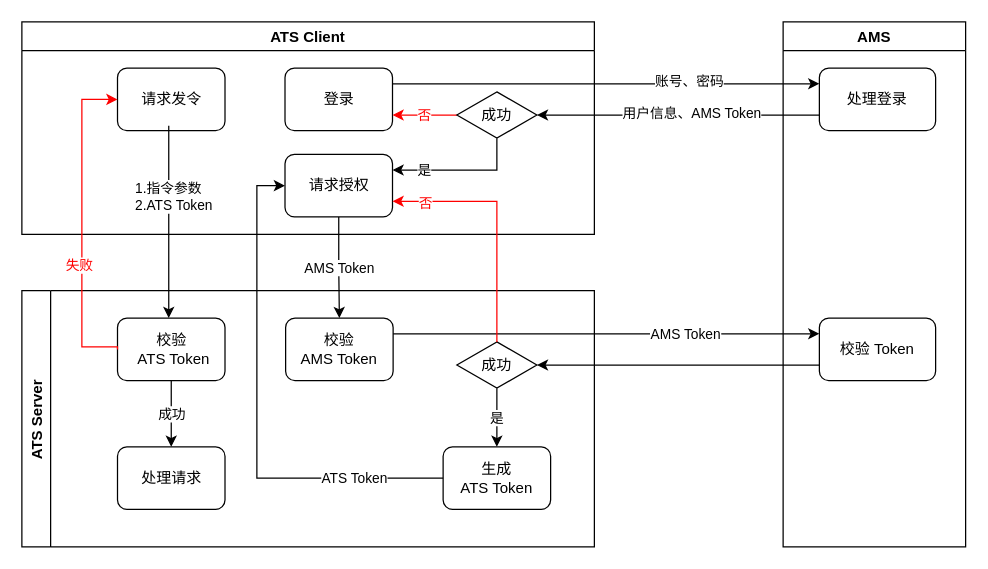
Above: Draw/ATS/Authority_Client.drawio in huangjia2107/DrawOnline (draw.io), before the change. Source tidied: cells renumbered, new cells numbered last; positions are measured from the earlier drawing's top-left corner, leaving out a move shared by most shapes. Both pictures are drawn from the tidied source at 125%, with x=0, y=0 at pixel (21, 21).
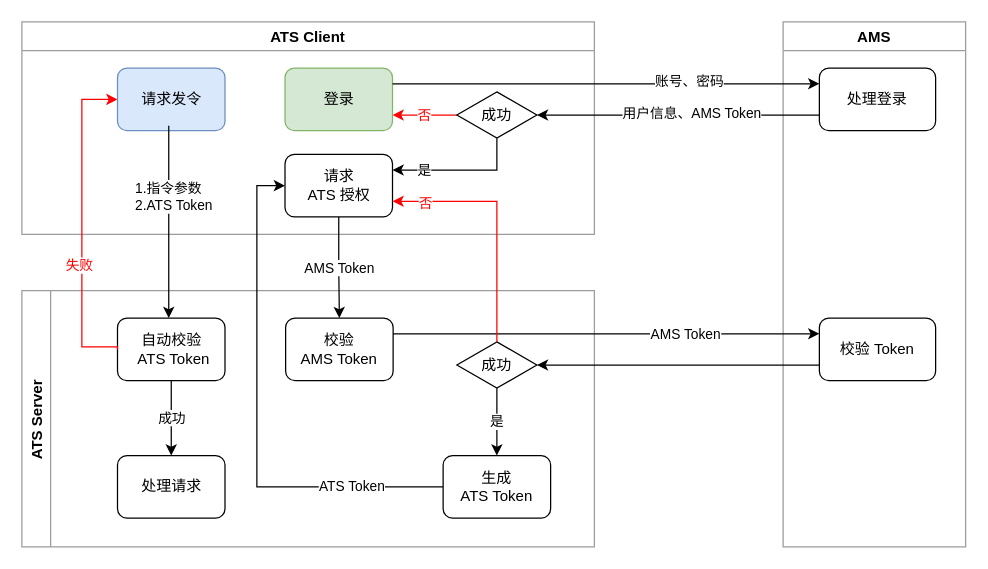
After the change.

Change to the diagram source:
```diff
@@
-    <mxCell id="2" value="ATS Server" style="swimlane;horizontal=0;" parent="1" vertex="1">
+    <mxCell id="2" value="ATS Server" style="swimlane;horizontal=0;strokeColor=#9C9C9C;" parent="1" vertex="1">
       <mxGeometry y="215" width="458" height="205" as="geometry" />
     </mxCell>
@@
     <mxCell id="4" value="处理请求" style="rounded=1;whiteSpace=wrap;html=1;" parent="2" vertex="1">
-      <mxGeometry x="76.5" y="125" width="86" height="50" as="geometry" />
+      <mxGeometry x="76.5" y="132" width="86" height="50" as="geometry" />
     </mxCell>
@@
     <mxCell id="8" value="生成 &lt;br&gt;ATS Token" style="rounded=1;whiteSpace=wrap;html=1;" parent="2" vertex="1">
-      <mxGeometry x="337" y="125" width="86" height="50" as="geometry" />
+      <mxGeometry x="337" y="132" width="86" height="50" as="geometry" />
     </mxCell>
-    <mxCell id="9" value="校验&lt;br&gt;&amp;nbsp;ATS Token" style="rounded=1;whiteSpace=wrap;html=1;" parent="2" vertex="1">
+    <mxCell id="9" value="自动校验&lt;br&gt;&amp;nbsp;ATS Token" style="rounded=1;whiteSpace=wrap;html=1;" parent="2" vertex="1">
       <mxGeometry x="76.5" y="22" width="86" height="50" as="geometry" />
     </mxCell>
-    <mxCell id="10" value="AMS" style="swimlane;" parent="1" vertex="1">
+    <mxCell id="10" value="AMS" style="swimlane;strokeColor=#9C9C9C;" parent="1" vertex="1">
       <mxGeometry x="609" width="146" height="420" as="geometry" />
     </mxCell>
@@
-    <mxCell id="13" value="ATS Client" style="swimlane;" parent="1" vertex="1">
+    <mxCell id="13" value="ATS Client" style="swimlane;strokeColor=#9C9C9C;" parent="1" vertex="1">
       <mxGeometry width="458" height="170" as="geometry" />
     </mxCell>
-    <mxCell id="14" value="登录" style="rounded=1;whiteSpace=wrap;html=1;" parent="13" vertex="1">
+    <mxCell id="14" value="登录" style="rounded=1;whiteSpace=wrap;html=1;fillColor=#d5e8d4;strokeColor=#82b366;" parent="13" vertex="1">
       <mxGeometry x="210.5" y="37" width="86" height="50" as="geometry" />
     </mxCell>
-    <mxCell id="15" value="请求发令" style="rounded=1;whiteSpace=wrap;html=1;" parent="13" vertex="1">
+    <mxCell id="15" value="请求发令" style="rounded=1;whiteSpace=wrap;html=1;fillColor=#dae8fc;strokeColor=#6c8ebf;" parent="13" vertex="1">
       <mxGeometry x="76.5" y="37" width="86" height="50" as="geometry" />
     </mxCell>
@@
-    <mxCell id="20" value="请求授权" style="rounded=1;whiteSpace=wrap;html=1;" parent="13" vertex="1">
+    <mxCell id="20" value="请求&lt;br&gt;ATS 授权" style="rounded=1;whiteSpace=wrap;html=1;" parent="13" vertex="1">
       <mxGeometry x="210.5" y="106" width="86" height="50" as="geometry" />
     </mxCell>
@@
     <mxCell id="31" style="edgeStyle=orthogonalEdgeStyle;rounded=0;jettySize=auto;html=1;exitX=0;exitY=0.5;exitDx=0;exitDy=0;entryX=0;entryY=0.5;entryDx=0;entryDy=0;" parent="1" edge="1" source="8" target="20">
       <mxGeometry relative="1" as="geometry">
         <Array as="points">
-          <mxPoint x="188" y="365" />
+          <mxPoint x="188" y="372" />
           <mxPoint x="188" y="131" />
         </Array>
       </mxGeometry>
     </mxCell>
```
